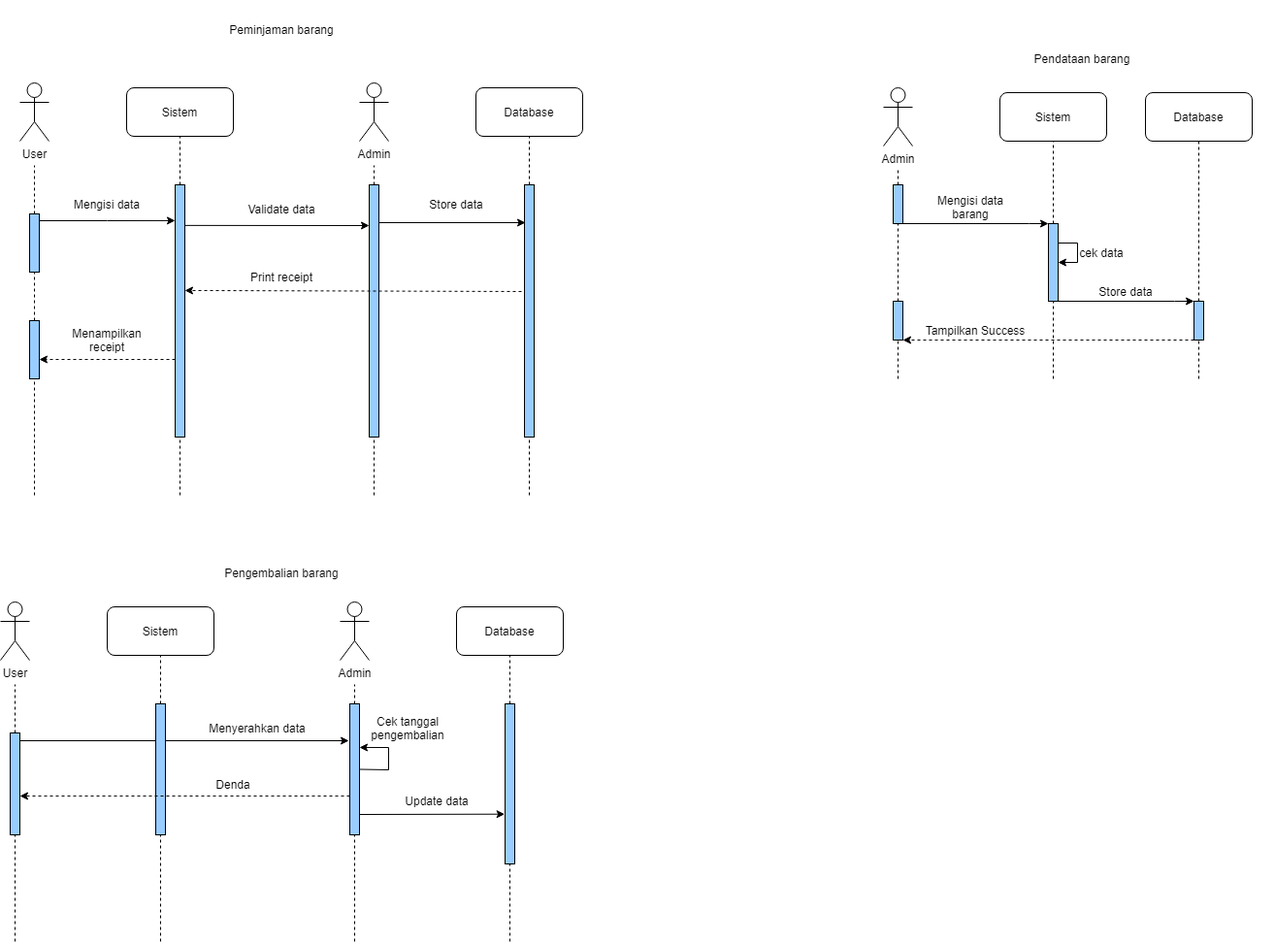
johannfac/aplikasipeminjamanaset keeps this draw.io diagram as diagrams/Sequence Diagram.drawio.png. Above is the earlier version. Source tidied: cells renumbered, new cells last; positions are measured from the earlier drawing's top-left corner, leaving out a move shared by most shapes.
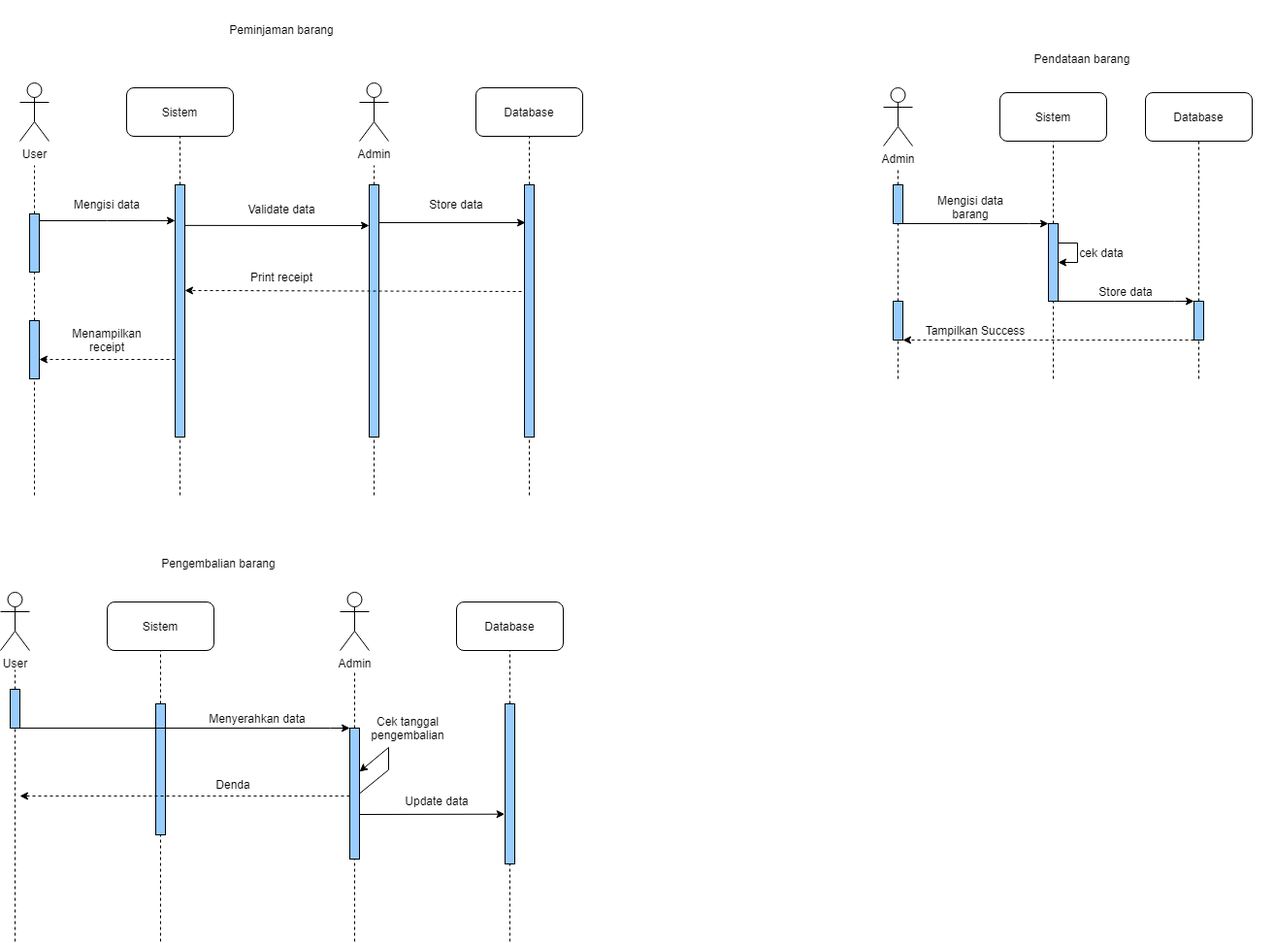
The same diagram one commit later.

Change to the diagram source:
```diff
@@ -226,20 +226,20 @@
       <mxGeometry x="1110" y="250" width="50" height="20" as="geometry" />
     </mxCell>
     <mxCell id="57" value="Sistem" style="rounded=1;whiteSpace=wrap;html=1;" parent="1" vertex="1">
-      <mxGeometry x="110" y="625" width="110" height="50" as="geometry" />
+      <mxGeometry x="110" y="620" width="110" height="50" as="geometry" />
     </mxCell>
     <mxCell id="58" value="Database" style="rounded=1;whiteSpace=wrap;html=1;" parent="1" vertex="1">
-      <mxGeometry x="470" y="625" width="110" height="50" as="geometry" />
+      <mxGeometry x="470" y="620" width="110" height="50" as="geometry" />
     </mxCell>
     <mxCell id="59" value="User" style="shape=umlActor;verticalLabelPosition=bottom;verticalAlign=top;html=1;" parent="1" vertex="1">
-      <mxGeometry y="620" width="30" height="60" as="geometry" />
+      <mxGeometry y="610" width="30" height="60" as="geometry" />
     </mxCell>
     <mxCell id="60" value="Admin" style="shape=umlActor;verticalLabelPosition=bottom;verticalAlign=top;html=1;" parent="1" vertex="1">
-      <mxGeometry x="350" y="620" width="30" height="60" as="geometry" />
+      <mxGeometry x="350" y="610" width="30" height="60" as="geometry" />
     </mxCell>
     <mxCell id="61" style="endArrow=none;dashed=1;html=1;rounded=0;startArrow=none;" parent="1" edge="1" source="68">
       <mxGeometry relative="1" as="geometry">
-        <mxPoint x="15" y="705" as="targetPoint" />
+        <mxPoint x="15" y="690" as="targetPoint" />
       </mxGeometry>
     </mxCell>
     <mxCell id="62" style="endArrow=none;dashed=1;html=1;rounded=0;startArrow=none;entryX=0.5;entryY=1;entryDx=0;entryDy=0;" parent="1" edge="1" source="70" target="57">
@@ -247,7 +247,7 @@
     </mxCell>
     <mxCell id="63" style="endArrow=none;dashed=1;html=1;rounded=0;startArrow=none;" parent="1" edge="1" source="72">
       <mxGeometry relative="1" as="geometry">
-        <mxPoint x="365" y="705" as="targetPoint" />
+        <mxPoint x="365" y="690" as="targetPoint" />
       </mxGeometry>
     </mxCell>
     <mxCell id="64" style="endArrow=none;dashed=1;html=1;rounded=0;entryX=0.5;entryY=1;entryDx=0;entryDy=0;startArrow=none;" parent="1" edge="1" source="65" target="58">
@@ -261,17 +261,8 @@
         <mxPoint x="525" y="970" as="sourcePoint" />
       </mxGeometry>
     </mxCell>
-    <mxCell id="67" style="edgeStyle=orthogonalEdgeStyle;rounded=0;orthogonalLoop=1;jettySize=auto;html=1;" parent="1" edge="1">
-      <mxGeometry relative="1" as="geometry">
-        <mxPoint x="20" y="763" as="sourcePoint" />
-        <mxPoint x="359" y="763" as="targetPoint" />
-        <Array as="points">
-          <mxPoint x="359" y="763" />
-        </Array>
-      </mxGeometry>
-    </mxCell>
     <mxCell id="68" style="rounded=0;whiteSpace=wrap;html=1;fillColor=#99CCFF;" parent="1" vertex="1">
-      <mxGeometry x="10" y="755" width="10" height="105" as="geometry" />
+      <mxGeometry x="10" y="710" width="10" height="40" as="geometry" />
     </mxCell>
     <mxCell id="69" style="endArrow=none;dashed=1;html=1;rounded=0;startArrow=none;" parent="1" edge="1" target="68">
       <mxGeometry relative="1" as="geometry">
@@ -287,7 +278,7 @@
       </mxGeometry>
     </mxCell>
     <mxCell id="72" style="rounded=0;whiteSpace=wrap;html=1;fillColor=#99CCFF;" parent="1" vertex="1">
-      <mxGeometry x="360" y="725" width="10" height="135" as="geometry" />
+      <mxGeometry x="360" y="750" width="10" height="135" as="geometry" />
     </mxCell>
     <mxCell id="73" style="endArrow=none;dashed=1;html=1;rounded=0;entryX=0.5;entryY=1;entryDx=0;entryDy=0;" parent="1" edge="1" target="72">
       <mxGeometry relative="1" as="geometry">
@@ -295,7 +286,7 @@
       </mxGeometry>
     </mxCell>
     <mxCell id="74" value="Menyerahkan data" style="text;html=1;strokeColor=none;fillColor=none;align=center;verticalAlign=middle;whiteSpace=wrap;rounded=0;" parent="1" vertex="1">
-      <mxGeometry x="195" y="740" width="140" height="20" as="geometry" />
+      <mxGeometry x="205" y="730" width="120" height="20" as="geometry" />
     </mxCell>
     <mxCell id="75" style="endArrow=classic;html=1;rounded=0;exitX=1;exitY=0.5;exitDx=0;exitDy=0;entryX=1;entryY=0.333;entryDx=0;entryDy=0;entryPerimeter=0;" parent="1" edge="1" source="72" target="72">
       <mxGeometry relative="1" as="geometry">
@@ -306,7 +297,7 @@
       </mxGeometry>
     </mxCell>
     <mxCell id="76" value="Pengembalian barang" style="text;html=1;strokeColor=none;fillColor=none;align=center;verticalAlign=middle;whiteSpace=wrap;rounded=0;" parent="1" vertex="1">
-      <mxGeometry x="180" y="560" width="220" height="60" as="geometry" />
+      <mxGeometry x="115" y="550" width="220" height="60" as="geometry" />
     </mxCell>
     <mxCell id="77" value="Cek tanggal pengembalian" style="text;html=1;strokeColor=none;fillColor=none;align=center;verticalAlign=middle;whiteSpace=wrap;rounded=0;" parent="1" vertex="1">
       <mxGeometry x="370" y="735" width="100" height="30" as="geometry" />
@@ -328,5 +319,13 @@
         <mxPoint x="370" y="839" as="sourcePoint" />
       </mxGeometry>
     </mxCell>
+    <mxCell id="67" style="edgeStyle=orthogonalEdgeStyle;rounded=0;jettySize=auto;html=1;exitX=1;exitY=1;exitDx=0;exitDy=0;entryX=0;entryY=0;entryDx=0;entryDy=0;" parent="1" edge="1" source="68" target="72">
+      <mxGeometry relative="1" as="geometry">
+        <Array as="points">
+          <mxPoint x="340" y="750" />
+          <mxPoint x="340" y="750" />
+        </Array>
+      </mxGeometry>
+    </mxCell>
   </root>
 </mxGraphModel>
```
